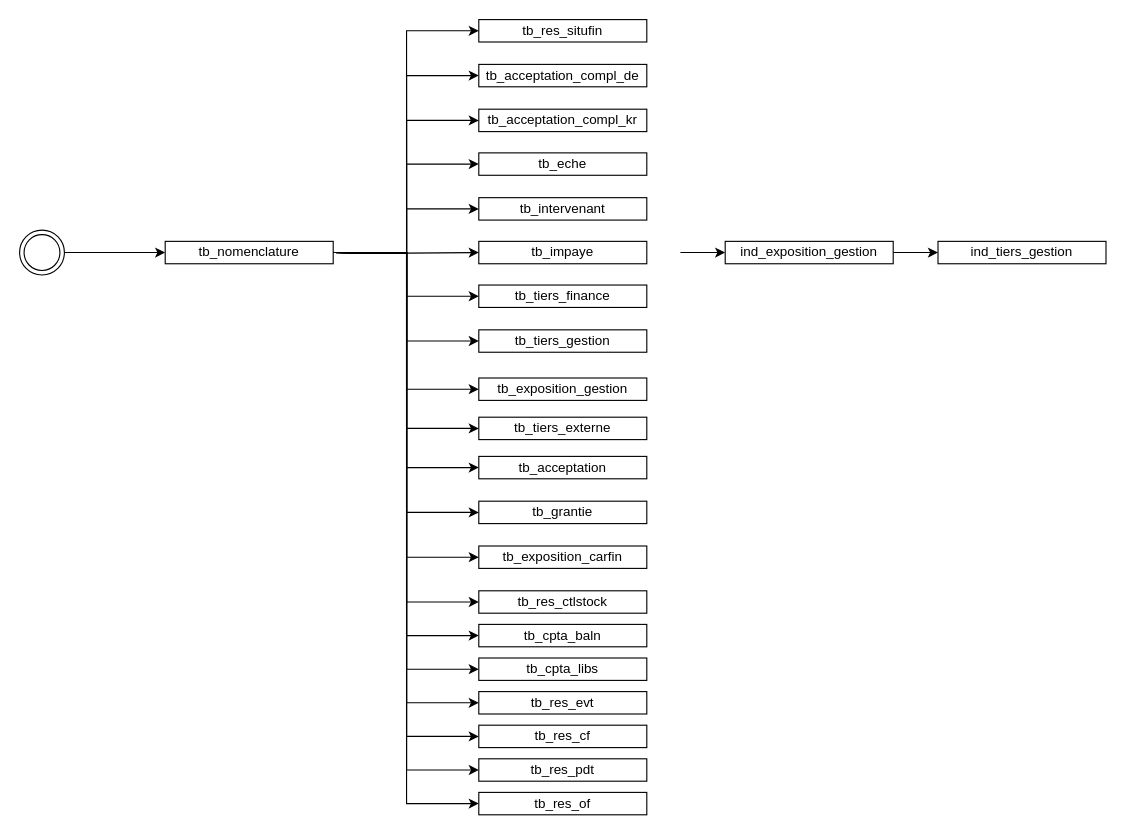
wunyu/drawio keeps this draw.io diagram as page "loading_order" (1 of 22) of schema_laurent.drawio. Above is the earlier version. Source tidied: cells renumbered, new cells numbered last; positions are measured from the earlier drawing's top-left corner, leaving out a move shared by most shapes. Both pictures are drawn from the tidied source at 112%, with x=0, y=0 at pixel (19, 19).
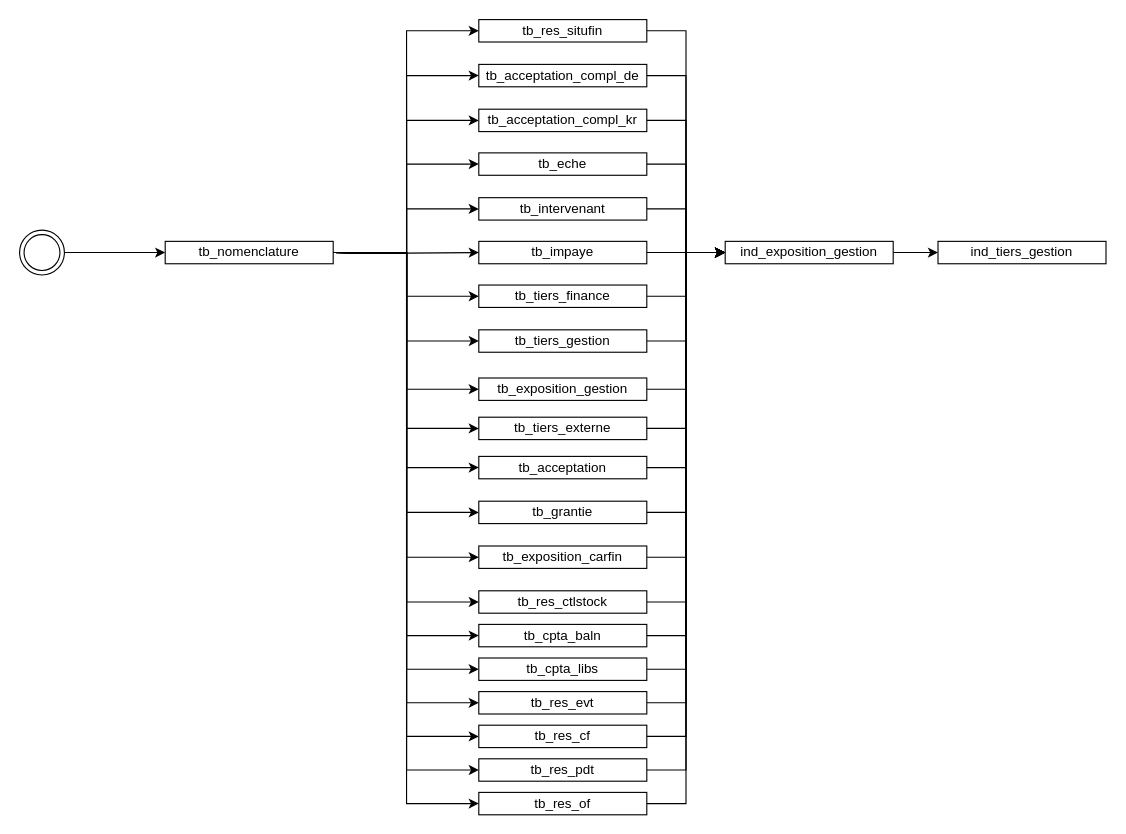
After the change.

The change refers to these unchanged cells:
```xml
<mxCell id="2" value="tb_exposition_gestion" style="whiteSpace=wrap;html=1;" parent="1" vertex="1">
  <mxGeometry x="410" y="320" width="150" height="20" as="geometry" />
</mxCell>
<mxCell id="3" value="tb_acceptation" style="whiteSpace=wrap;html=1;" parent="1" vertex="1">
  <mxGeometry x="410" y="390" width="150" height="20" as="geometry" />
</mxCell>
<mxCell id="4" value="tb_exposition_carfin" style="whiteSpace=wrap;html=1;" parent="1" vertex="1">
  <mxGeometry x="410" y="470" width="150" height="20" as="geometry" />
</mxCell>
<mxCell id="5" value="tb_grantie" style="whiteSpace=wrap;html=1;" parent="1" vertex="1">
  <mxGeometry x="410" y="430" width="150" height="20" as="geometry" />
</mxCell>
<mxCell id="6" value="tb_tiers_externe" style="whiteSpace=wrap;html=1;" parent="1" vertex="1">
  <mxGeometry x="410" y="355" width="150" height="20" as="geometry" />
</mxCell>
<mxCell id="7" value="tb_res_situfin" style="whiteSpace=wrap;html=1;" parent="1" vertex="1">
  <mxGeometry x="410" width="150" height="20" as="geometry" />
</mxCell>
<mxCell id="8" value="tb_acceptation_compl_de" style="whiteSpace=wrap;html=1;" parent="1" vertex="1">
  <mxGeometry x="410" y="40" width="150" height="20" as="geometry" />
</mxCell>
<mxCell id="9" value="tb_acceptation_compl_kr" style="whiteSpace=wrap;html=1;" parent="1" vertex="1">
  <mxGeometry x="410" y="80" width="150" height="20" as="geometry" />
</mxCell>
<mxCell id="10" value="tb_eche" style="whiteSpace=wrap;html=1;" parent="1" vertex="1">
  <mxGeometry x="410" y="119" width="150" height="20" as="geometry" />
</mxCell>
<mxCell id="11" value="tb_impaye" style="whiteSpace=wrap;html=1;" parent="1" vertex="1">
  <mxGeometry x="410" y="198" width="150" height="20" as="geometry" />
</mxCell>
<mxCell id="12" value="tb_intervenant" style="whiteSpace=wrap;html=1;" parent="1" vertex="1">
  <mxGeometry x="410" y="159" width="150" height="20" as="geometry" />
</mxCell>
<mxCell id="14" value="tb_tiers_finance" style="whiteSpace=wrap;html=1;" parent="1" vertex="1">
  <mxGeometry x="410" y="237" width="150" height="20" as="geometry" />
</mxCell>
<mxCell id="15" value="tb_tiers_gestion" style="whiteSpace=wrap;html=1;" parent="1" vertex="1">
  <mxGeometry x="410" y="277" width="150" height="20" as="geometry" />
</mxCell>
<mxCell id="36" value="tb_res_ctlstock" style="whiteSpace=wrap;html=1;" parent="1" vertex="1">
  <mxGeometry x="410" y="510" width="150" height="20" as="geometry" />
</mxCell>
<mxCell id="37" value="tb_cpta_baln" style="whiteSpace=wrap;html=1;" parent="1" vertex="1">
  <mxGeometry x="410" y="540" width="150" height="20" as="geometry" />
</mxCell>
<mxCell id="38" value="tb_cpta_libs" style="whiteSpace=wrap;html=1;" parent="1" vertex="1">
  <mxGeometry x="410" y="570" width="150" height="20" as="geometry" />
</mxCell>
<mxCell id="39" value="tb_res_evt" style="whiteSpace=wrap;html=1;" parent="1" vertex="1">
  <mxGeometry x="410" y="600" width="150" height="20" as="geometry" />
</mxCell>
<mxCell id="40" value="tb_res_cf" style="whiteSpace=wrap;html=1;" parent="1" vertex="1">
  <mxGeometry x="410" y="630" width="150" height="20" as="geometry" />
</mxCell>
<mxCell id="41" value="tb_res_pdt" style="whiteSpace=wrap;html=1;" parent="1" vertex="1">
  <mxGeometry x="410" y="660" width="150" height="20" as="geometry" />
</mxCell>
<mxCell id="42" value="tb_res_of" style="whiteSpace=wrap;html=1;" parent="1" vertex="1">
  <mxGeometry x="410" y="690" width="150" height="20" as="geometry" />
</mxCell>
<mxCell id="44" value="ind_exposition_gestion" style="whiteSpace=wrap;html=1;" parent="1" vertex="1">
  <mxGeometry x="630" y="198" width="150" height="20" as="geometry" />
</mxCell>
```

Change to the diagram source:
```diff
@@
+    <mxCell id="49" style="edgeStyle=orthogonalEdgeStyle;rounded=0;jettySize=auto;html=1;entryX=0;entryY=0.5;entryDx=0;entryDy=0;" parent="1" edge="1" source="2" target="44">
+      <mxGeometry relative="1" as="geometry" />
+    </mxCell>
@@
+    <mxCell id="50" style="edgeStyle=orthogonalEdgeStyle;rounded=0;jettySize=auto;html=1;entryX=0;entryY=0.5;entryDx=0;entryDy=0;" parent="1" edge="1" source="3" target="44">
+      <mxGeometry relative="1" as="geometry" />
+    </mxCell>
@@
+    <mxCell id="51" style="edgeStyle=orthogonalEdgeStyle;rounded=0;jettySize=auto;html=1;entryX=0;entryY=0.5;entryDx=0;entryDy=0;" parent="1" edge="1" source="4" target="44">
+      <mxGeometry relative="1" as="geometry" />
+    </mxCell>
@@
+    <mxCell id="52" style="edgeStyle=orthogonalEdgeStyle;rounded=0;jettySize=auto;html=1;entryX=0;entryY=0.5;entryDx=0;entryDy=0;" parent="1" edge="1" source="5" target="44">
+      <mxGeometry relative="1" as="geometry" />
+    </mxCell>
@@
+    <mxCell id="53" style="edgeStyle=orthogonalEdgeStyle;rounded=0;jettySize=auto;html=1;entryX=0;entryY=0.5;entryDx=0;entryDy=0;" parent="1" edge="1" source="6" target="44">
+      <mxGeometry relative="1" as="geometry" />
+    </mxCell>
@@
+    <mxCell id="54" style="edgeStyle=orthogonalEdgeStyle;rounded=0;jettySize=auto;html=1;entryX=0;entryY=0.5;entryDx=0;entryDy=0;" parent="1" edge="1" source="7" target="44">
+      <mxGeometry relative="1" as="geometry" />
+    </mxCell>
@@
+    <mxCell id="55" style="edgeStyle=orthogonalEdgeStyle;rounded=0;jettySize=auto;html=1;entryX=0;entryY=0.5;entryDx=0;entryDy=0;" parent="1" edge="1" source="8" target="44">
+      <mxGeometry relative="1" as="geometry" />
+    </mxCell>
@@
+    <mxCell id="56" style="edgeStyle=orthogonalEdgeStyle;rounded=0;jettySize=auto;html=1;entryX=0;entryY=0.5;entryDx=0;entryDy=0;" parent="1" edge="1" source="9" target="44">
+      <mxGeometry relative="1" as="geometry" />
+    </mxCell>
@@
+    <mxCell id="57" style="edgeStyle=orthogonalEdgeStyle;rounded=0;jettySize=auto;html=1;entryX=0;entryY=0.5;entryDx=0;entryDy=0;" parent="1" edge="1" source="10" target="44">
+      <mxGeometry relative="1" as="geometry" />
+    </mxCell>
@@
+    <mxCell id="58" style="edgeStyle=orthogonalEdgeStyle;rounded=0;jettySize=auto;html=1;" parent="1" edge="1" source="11" target="44">
+      <mxGeometry relative="1" as="geometry" />
+    </mxCell>
@@
+    <mxCell id="59" style="edgeStyle=orthogonalEdgeStyle;rounded=0;jettySize=auto;html=1;entryX=0;entryY=0.5;entryDx=0;entryDy=0;" parent="1" edge="1" source="12" target="44">
+      <mxGeometry relative="1" as="geometry" />
+    </mxCell>
@@
+    <mxCell id="60" style="edgeStyle=orthogonalEdgeStyle;rounded=0;jettySize=auto;html=1;entryX=0;entryY=0.5;entryDx=0;entryDy=0;" parent="1" edge="1" source="14" target="44">
+      <mxGeometry relative="1" as="geometry" />
+    </mxCell>
@@
+    <mxCell id="61" style="edgeStyle=orthogonalEdgeStyle;rounded=0;jettySize=auto;html=1;entryX=0;entryY=0.5;entryDx=0;entryDy=0;" parent="1" edge="1" source="15" target="44">
+      <mxGeometry relative="1" as="geometry" />
+    </mxCell>
@@
+    <mxCell id="62" style="edgeStyle=orthogonalEdgeStyle;rounded=0;jettySize=auto;html=1;entryX=0;entryY=0.5;entryDx=0;entryDy=0;" parent="1" edge="1" source="36" target="44">
+      <mxGeometry relative="1" as="geometry" />
+    </mxCell>
@@
+    <mxCell id="63" style="edgeStyle=orthogonalEdgeStyle;rounded=0;jettySize=auto;html=1;entryX=0;entryY=0.5;entryDx=0;entryDy=0;" parent="1" edge="1" source="37" target="44">
+      <mxGeometry relative="1" as="geometry" />
+    </mxCell>
@@
+    <mxCell id="64" style="edgeStyle=orthogonalEdgeStyle;rounded=0;jettySize=auto;html=1;entryX=0;entryY=0.5;entryDx=0;entryDy=0;" parent="1" edge="1" source="38" target="44">
+      <mxGeometry relative="1" as="geometry" />
+    </mxCell>
@@
+    <mxCell id="65" style="edgeStyle=orthogonalEdgeStyle;rounded=0;jettySize=auto;html=1;entryX=0;entryY=0.5;entryDx=0;entryDy=0;" parent="1" edge="1" source="39" target="44">
+      <mxGeometry relative="1" as="geometry" />
+    </mxCell>
@@
+    <mxCell id="66" style="edgeStyle=orthogonalEdgeStyle;rounded=0;jettySize=auto;html=1;entryX=0;entryY=0.5;entryDx=0;entryDy=0;" parent="1" edge="1" source="40" target="44">
+      <mxGeometry relative="1" as="geometry" />
+    </mxCell>
@@
+    <mxCell id="67" style="edgeStyle=orthogonalEdgeStyle;rounded=0;jettySize=auto;html=1;entryX=0;entryY=0.5;entryDx=0;entryDy=0;" parent="1" edge="1" source="41" target="44">
+      <mxGeometry relative="1" as="geometry" />
+    </mxCell>
@@
+    <mxCell id="68" style="edgeStyle=orthogonalEdgeStyle;rounded=0;jettySize=auto;html=1;entryX=0;entryY=0.5;entryDx=0;entryDy=0;" parent="1" edge="1" source="42" target="44">
+      <mxGeometry relative="1" as="geometry" />
+    </mxCell>
@@
-    <mxCell id="46" style="endArrow=classic;html=1;rounded=0;entryX=0;entryY=0.5;entryDx=0;entryDy=0;" parent="1" edge="1" target="44">
-      <mxGeometry relative="1" as="geometry">
-        <mxPoint x="590" y="208" as="sourcePoint" />
-      </mxGeometry>
-    </mxCell>
```
